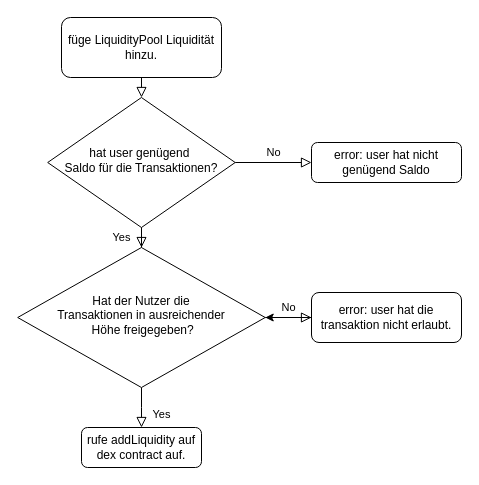
Above: Untitled Diagram.drawio in xphil-22/drawIoBackup (draw.io), before the change. Source tidied: cells renumbered, new cells numbered last; positions are measured from the earlier drawing's top-left corner, leaving out a move shared by most shapes. Both pictures are drawn from the tidied source at 100%, with x=0, y=0 at pixel (17, 17).
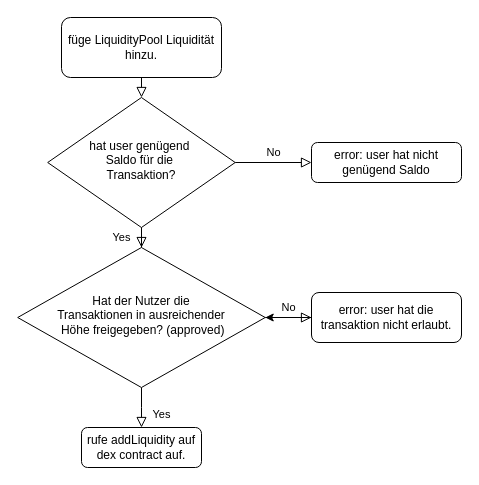
After the change.

What changed in the source:
```diff
@@
 <mxGraphModel>
   <root>
     <mxCell id="0" />
     <mxCell id="1" parent="0" />
     <mxCell id="2" style="rounded=0;html=1;jettySize=auto;fontSize=11;endArrow=block;endFill=0;endSize=8;strokeWidth=1;shadow=0;labelBackgroundColor=none;edgeStyle=orthogonalEdgeStyle;" parent="1" edge="1" source="3" target="6">
       <mxGeometry relative="1" as="geometry" />
     </mxCell>
     <mxCell id="3" value="füge LiquidityPool Liquidität hinzu." style="rounded=1;whiteSpace=wrap;html=1;fontSize=12;glass=0;strokeWidth=1;shadow=0;" parent="1" vertex="1">
       <mxGeometry x="44" width="160" height="60" as="geometry" />
     </mxCell>
     <mxCell id="4" value="Yes" style="rounded=0;html=1;jettySize=auto;fontSize=11;endArrow=block;endFill=0;endSize=8;strokeWidth=1;shadow=0;labelBackgroundColor=none;edgeStyle=orthogonalEdgeStyle;" parent="1" edge="1" source="6" target="10">
       <mxGeometry y="20" relative="1" as="geometry" />
     </mxCell>
     <mxCell id="5" value="No" style="edgeStyle=orthogonalEdgeStyle;rounded=0;html=1;jettySize=auto;fontSize=11;endArrow=block;endFill=0;endSize=8;strokeWidth=1;shadow=0;labelBackgroundColor=none;" parent="1" edge="1" source="6" target="7">
       <mxGeometry y="10" relative="1" as="geometry" />
     </mxCell>
-    <mxCell id="6" value="&lt;div&gt;hat user genügend&amp;nbsp;&lt;/div&gt;&lt;div&gt;Saldo für die Transaktionen?&lt;br&gt;&lt;/div&gt;" style="rhombus;whiteSpace=wrap;html=1;shadow=0;fontFamily=Helvetica;fontSize=12;align=center;strokeWidth=1;spacing=6;spacingTop=-4;" parent="1" vertex="1">
+    <mxCell id="6" value="&lt;div&gt;hat user genügend&amp;nbsp;&lt;/div&gt;&lt;div&gt;Saldo für die&amp;nbsp;&lt;/div&gt;&lt;div&gt;Transaktion?&lt;br&gt;&lt;/div&gt;" style="rhombus;whiteSpace=wrap;html=1;shadow=0;fontFamily=Helvetica;fontSize=12;align=center;strokeWidth=1;spacing=6;spacingTop=-4;" parent="1" vertex="1">
       <mxGeometry x="30.2" y="80" width="187.5" height="130" as="geometry" />
     </mxCell>
     <mxCell id="7" value="error: user hat nicht genügend Saldo" style="rounded=1;whiteSpace=wrap;html=1;fontSize=12;glass=0;strokeWidth=1;shadow=0;" parent="1" vertex="1">
       <mxGeometry x="294" y="125" width="150" height="40" as="geometry" />
     </mxCell>
     <mxCell id="8" value="Yes" style="rounded=0;html=1;jettySize=auto;fontSize=11;endArrow=block;endFill=0;endSize=8;strokeWidth=1;shadow=0;labelBackgroundColor=none;edgeStyle=orthogonalEdgeStyle;" parent="1" edge="1" source="10" target="11">
       <mxGeometry x="0.33" y="20" relative="1" as="geometry" />
     </mxCell>
     <mxCell id="9" value="No" style="edgeStyle=orthogonalEdgeStyle;rounded=0;html=1;jettySize=auto;fontSize=11;endArrow=block;endFill=0;endSize=8;strokeWidth=1;shadow=0;labelBackgroundColor=none;" parent="1" edge="1" source="10" target="13">
       <mxGeometry y="10" relative="1" as="geometry" />
     </mxCell>
-    <mxCell id="10" value="&lt;div&gt;Hat der Nutzer die&lt;/div&gt;&lt;div&gt;Transaktionen in ausreichender&lt;/div&gt;&lt;div&gt;&amp;nbsp;Höhe freigegeben?&lt;/div&gt;" style="rhombus;whiteSpace=wrap;html=1;shadow=0;fontFamily=Helvetica;fontSize=12;align=center;strokeWidth=1;spacing=6;spacingTop=-4;" parent="1" vertex="1">
+    <mxCell id="10" value="&lt;div&gt;Hat der Nutzer die&lt;/div&gt;&lt;div&gt;Transaktionen in ausreichender&lt;/div&gt;&lt;div&gt;&amp;nbsp;Höhe freigegeben? (approved)&lt;br&gt;&lt;/div&gt;" style="rhombus;whiteSpace=wrap;html=1;shadow=0;fontFamily=Helvetica;fontSize=12;align=center;strokeWidth=1;spacing=6;spacingTop=-4;" parent="1" vertex="1">
       <mxGeometry x="0.2" y="230" width="247.5" height="140" as="geometry" />
     </mxCell>
     <mxCell id="11" value="rufe addLiquidity auf dex contract auf." style="rounded=1;whiteSpace=wrap;html=1;fontSize=12;glass=0;strokeWidth=1;shadow=0;" parent="1" vertex="1">
       <mxGeometry x="64" y="410" width="120" height="40" as="geometry" />
     </mxCell>
     <mxCell id="12" style="edgeStyle=orthogonalEdgeStyle;rounded=0;jettySize=auto;html=1;" parent="1" edge="1" source="13" target="10">
       <mxGeometry relative="1" as="geometry" />
     </mxCell>
     <mxCell id="13" value="error: user hat die transaktion nicht erlaubt." style="rounded=1;whiteSpace=wrap;html=1;fontSize=12;glass=0;strokeWidth=1;shadow=0;" parent="1" vertex="1">
       <mxGeometry x="294" y="275" width="150" height="50" as="geometry" />
     </mxCell>
   </root>
 </mxGraphModel>
```
